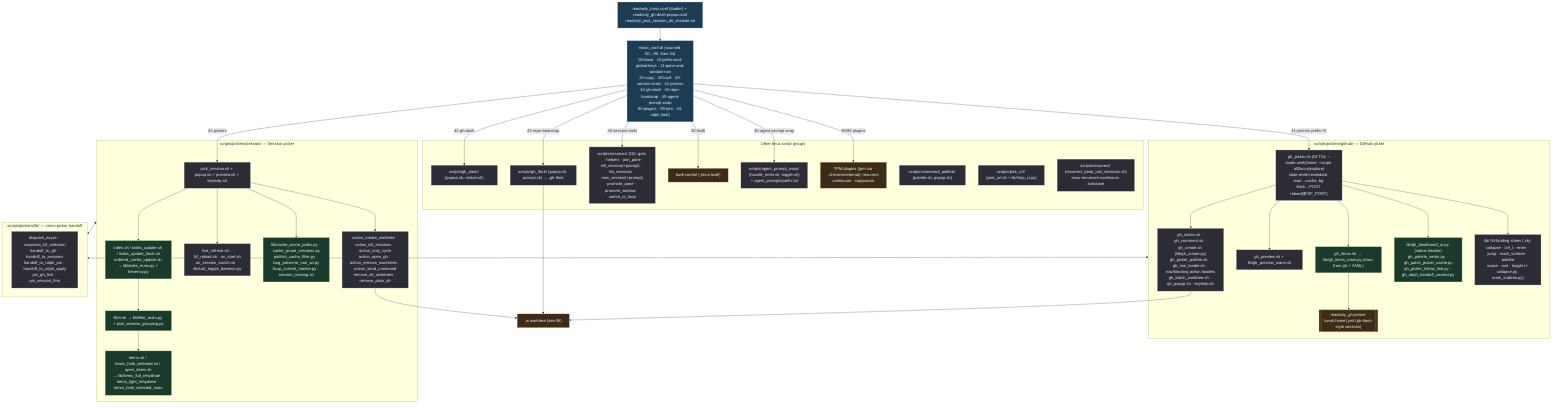
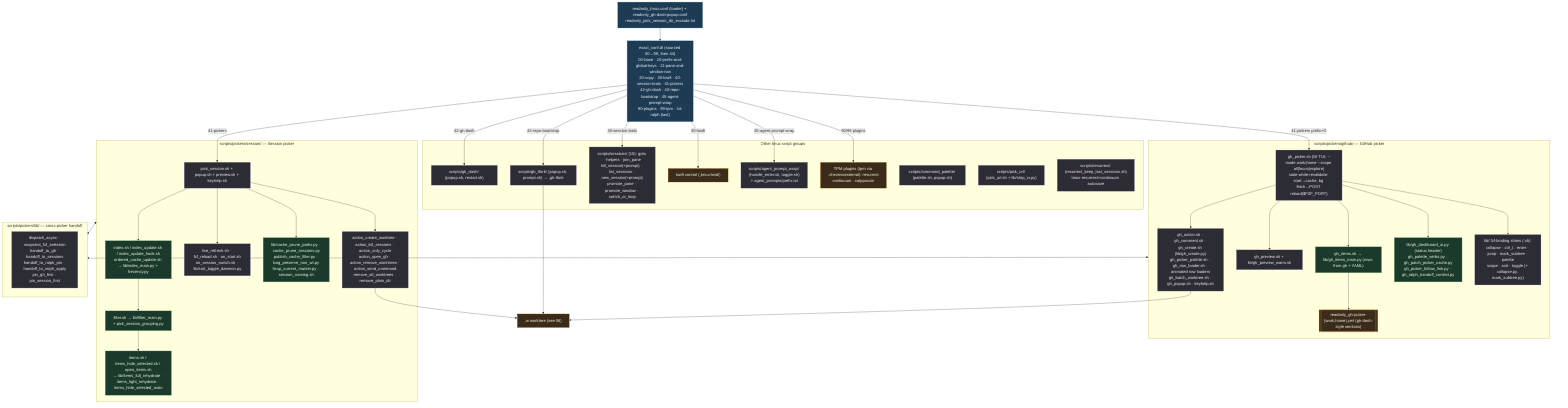
%% ============================================================================
%% 05-tmux-pickers.mmd — Every file under home/dot_config/exact_tmux/ (118).
%% Loader sources conf.d/* in numeric order; scripts/ holds all integrations.
%% Deployed to ~/.config/tmux/. Prefix = C-Space.
%% ============================================================================
flowchart TD
    classDef conf fill:#1d3b53,stroke:#7fb3d5,color:#eaf2f8;
    classDef sh fill:#2c2c34,stroke:#b39ddb,color:#f3e5f5;
    classDef py fill:#1b3a2b,stroke:#81c784,color:#e8f5e9;
    classDef data fill:#3a2b1b,stroke:#ffb74d,color:#fff3e0;

    LOADER["readonly_tmux.conf (loader) + readonly_gh-dash-popup.conf<br/>readonly_pick_session_dir_exclude.txt"]:::conf
    LOADER --> CONFD["exact_conf.d/ (sourced 00→99, then 44)<br/>00-base · 10-prefix-and-global-keys · 11-pane-and-window-nav<br/>20-copy · 30-lowfi · 40-session-tools · 41-pickers<br/>42-gh-dash · 43-repo-bootstrap · 45-agent-prompt-wrap<br/>90-plugins · 99-tpm · 44-ralph (last)"]:::conf

    CONFD -->|41-pickers prefix+G| GHP
    CONFD -->|41-pickers| SESS
    CONFD -->|42-gh-dash| GHDASH
    CONFD -->|43-repo-bootstrap| TFORK
    CONFD -->|40-session-tools| SESSIONS
    CONFD -->|30-lowfi| LOWFI
    CONFD -->|45-agent-prompt-wrap| APW
    CONFD -->|90/99 plugins| PLUGINS

    subgraph GH["scripts/pickers/github/ — GitHub picker"]
        GHP["gh_picker.sh (fzf TUI; --mode work|home --scope all|focus|explore)<br/>stale-while-revalidate: start→cache, bg fetch→POST reload($FZF_PORT)"]:::sh
        GHITEMS["gh_items.sh → lib/gh_items_main.py (rows from gh + YAML)"]:::py
        GHCFG[["readonly_gh-picker-{work,home}.yml (gh-dash-style sections)"]]:::data
        GHPREV["gh_preview.sh + lib/gh_preview_warm.sh"]:::sh
-         GHACT["gh_action.sh · gh_comment.sh · gh_create.sh (lib/gh_create.py)<br/>gh_picker_palette.sh · gh_row_loader.sh · row/blocking action loaders<br/>gh_batch_worktree.sh · gh_popup.sh · keyhelp.sh"]:::sh
+         GHACT["gh_action.sh · gh_comment.sh · gh_create.sh (lib/gh_create.py)<br/>gh_picker_palette.sh · gh_row_loader.sh · animated row loaders<br/>gh_batch_worktree.sh · gh_popup.sh · keyhelp.sh"]:::sh
        GHUI["lib/gh_dashboard_ui.py (status header)<br/>gh_palette_verbs.py · gh_patch_picker_cache.py<br/>gh_picker_follow_link.py · gh_ralph_handoff_context.py"]:::py
        GHBIND["lib/ fzf-binding shims (.sh):<br/>collapse · ctrl_t · enter · jump · mark_subtree · palette<br/>scope · sort · toggle (+ collapse.py, mark_subtree.py)"]:::sh
        GHP --> GHITEMS --> GHCFG
        GHP --> GHPREV & GHACT & GHUI & GHBIND
    end

    subgraph SE["scripts/pickers/session/ — Session picker"]
        SESS["pick_session.sh + popup.sh + preview.sh + keyhelp.sh"]:::sh
        SIDX["index.sh / index_update.sh / index_update_hook.sh<br/>ordered_cache_update.sh → lib/index_main.py + frecency.py"]:::py
        SFILT["filter.sh → lib/filter_main.py + pick_session_grouping.py"]:::py
        SITEMS["items.sh / items_hide_selected.sh / open_items.sh<br/>→ lib/items_full_rehydrate · items_light_rehydrate · items_hide_selected_main"]:::py
        SLIVE["live_refresh.sh · fzf_reload.sh · on_start.sh<br/>on_session_switch.sh · lib/sort_toggle_daemon.py"]:::sh
        SCACHE["lib/cache_prune_paths.py · cache_prune_sessions.py<br/>publish_cache_filter.py · bag_preserve_non_wt.py<br/>fixup_current_marker.py · session_naming.sh"]:::py
        SACT["action_create_worktree · action_kill_sessions · action_only_cycle<br/>action_open_gh · action_remove_worktrees · action_send_command<br/>remove_all_worktrees · remove_plain_dir"]:::sh
        SESS --> SIDX --> SFILT --> SITEMS
        SESS --> SLIVE & SCACHE & SACT
    end

    subgraph PLIB["scripts/pickers/lib/ — cross-picker handoff"]
        HO["dispatch_async · snapshot_fzf_selection<br/>handoff_to_gh · handoff_to_sessions<br/>handoff_to_ralph_pin · handoff_to_ralph_apply<br/>pin_gh_first · pin_session_first"]:::sh
    end
    GH <--> PLIB
    SE <--> PLIB

    subgraph OTHER["Other tmux script groups"]
        SESSIONS["scripts/sessions/ (10): goto · helpers · join_pane<br/>kill_session(+prompt) · list_sessions · new_session(+prompt)<br/>promote_pane · promote_window · switch_or_loop"]:::sh
        GHDASH["scripts/gh_dash/ (popup.sh, restart.sh)"]:::sh
        TFORK["scripts/gh_tfork/ (popup.sh, prompt.sh) → ,gh-tfork"]:::sh
        CMDP["scripts/command_palette/ (palette.sh, popup.sh)"]:::sh
        PURL["scripts/pick_url/ (pick_url.sh + lib/strip_cr.py)"]:::sh
        APW["scripts/agent_prompt_wrap/ (handle_enter.sh, toggle.sh)<br/>+ agent_prompts/prefix.txt"]:::sh
        RESUR["scripts/resurrect/ (resurrect_keep_last_sessions.sh)<br/>tmux-resurrect+continuum autosave"]:::sh
        LOWFI["lowfi control (,tmux-lowfi)"]:::data
        PLUGINS["TPM plugins (tpm via .chezmoiexternal): resurrect<br/>continuum · catppuccin"]:::data
    end
    SACT --> WLINK[",w worktree (see 06)"]:::data
    GHACT --> WLINK
    TFORK --> WLINK
